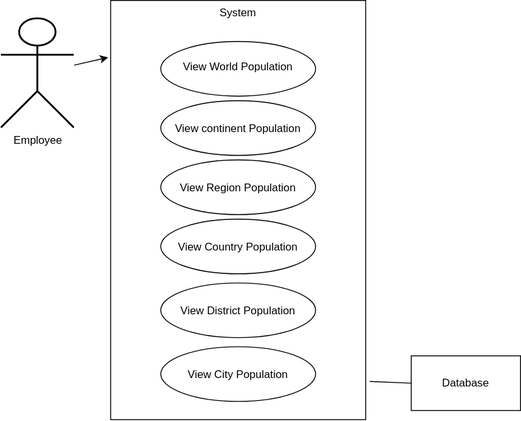
Above: Use Cases Diagrams.svg in 40781679FK/SEM-group-project (draw.io), before the change. Source tidied: cells renumbered, new cells last; positions are measured from the earlier drawing's top-left corner, leaving out a move shared by most shapes.
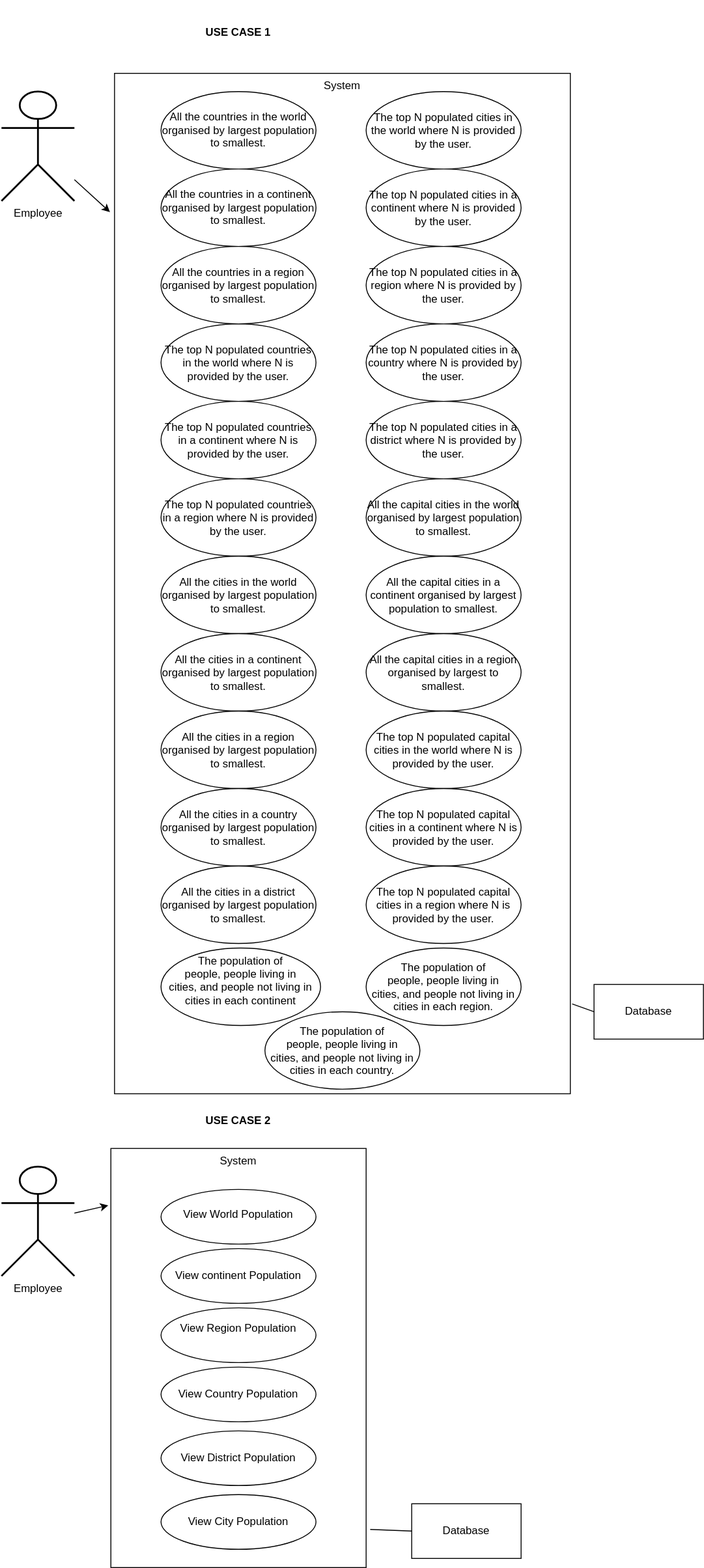
The same diagram one commit later.

Commit message:
Added Use Cases 1 and 2 to .svg file

Diff of the diagram source:
```diff
@@ -3,17 +3,35 @@
     <mxCell id="0" />
     <mxCell id="1" parent="0" />
     <mxCell id="2" value="Employee&lt;div&gt;&lt;br/&gt;&lt;/div&gt;" style="shape=umlActor;verticalLabelPosition=bottom;verticalAlign=top;html=1;outlineConnect=0;shadow=0;strokeWidth=2;strokeColor=default;" parent="1" vertex="1">
-      <mxGeometry y="20" width="80" height="120" as="geometry" />
+      <mxGeometry y="-1160" width="80" height="120" as="geometry" />
     </mxCell>
     <mxCell id="3" value="System" style="rounded=0;whiteSpace=wrap;html=1;verticalAlign=top;" parent="1" vertex="1">
-      <mxGeometry x="120" width="280" height="460" as="geometry" />
+      <mxGeometry x="124" y="-1180" width="500" height="1120" as="geometry" />
     </mxCell>
-    <mxCell id="4" value="&#10;View World Population&#10;&#10;" style="ellipse;whiteSpace=wrap;html=1;shapeInside=1;verticalAlign=top;labelBackgroundColor=none;" parent="1" vertex="1">
-      <mxGeometry x="175" y="45" width="170" height="60" as="geometry" />
+    <mxCell id="4" value="&lt;br&gt;All the countries in the world organised by largest population to smallest." style="ellipse;whiteSpace=wrap;html=1;shapeInside=1;verticalAlign=top;labelBackgroundColor=none;" parent="1" vertex="1">
+      <mxGeometry x="175" y="-1160" width="170" height="85" as="geometry" />
     </mxCell>
     <mxCell id="5" style="endArrow=classic;html=1;rounded=0;entryX=-0.01;entryY=0.136;entryDx=0;entryDy=0;entryPerimeter=0;" parent="1" edge="1" source="2" target="3">
       <mxGeometry relative="1" as="geometry" />
     </mxCell>
+    <mxCell id="11" value="Database" style="rounded=0;whiteSpace=wrap;html=1;" parent="1" vertex="1">
+      <mxGeometry x="650" y="-180" width="120" height="60" as="geometry" />
+    </mxCell>
+    <mxCell id="12" style="endArrow=none;html=1;rounded=0;entryX=0;entryY=0.5;entryDx=0;entryDy=0;exitX=1.004;exitY=0.912;exitDx=0;exitDy=0;exitPerimeter=0;" parent="1" edge="1" source="3" target="11">
+      <mxGeometry relative="1" as="geometry" />
+    </mxCell>
+    <mxCell id="13" value="Employee&lt;div&gt;&lt;br/&gt;&lt;/div&gt;" style="shape=umlActor;verticalLabelPosition=bottom;verticalAlign=top;html=1;outlineConnect=0;shadow=0;strokeWidth=2;strokeColor=default;" parent="1" vertex="1">
+      <mxGeometry y="20" width="80" height="120" as="geometry" />
+    </mxCell>
+    <mxCell id="14" value="System" style="rounded=0;whiteSpace=wrap;html=1;verticalAlign=top;" parent="1" vertex="1">
+      <mxGeometry x="120" width="280" height="460" as="geometry" />
+    </mxCell>
+    <mxCell id="15" value="&#10;View World Population&#10;&#10;" style="ellipse;whiteSpace=wrap;html=1;shapeInside=1;verticalAlign=top;labelBackgroundColor=none;" parent="1" vertex="1">
+      <mxGeometry x="175" y="45" width="170" height="60" as="geometry" />
+    </mxCell>
+    <mxCell id="16" style="endArrow=classic;html=1;rounded=0;entryX=-0.01;entryY=0.136;entryDx=0;entryDy=0;entryPerimeter=0;" parent="1" edge="1" source="13" target="14">
+      <mxGeometry relative="1" as="geometry" />
+    </mxCell>
     <mxCell id="6" value="&lt;div style=&quot;&quot;&gt;&lt;span style=&quot;text-decoration-line: inherit; background-color: transparent; color: light-dark(rgb(0, 0, 0), rgb(255, 255, 255));&quot;&gt;View continent Population&lt;/span&gt;&lt;/div&gt;" style="ellipse;whiteSpace=wrap;html=1;shapeInside=1;verticalAlign=middle;labelBackgroundColor=none;" parent="1" vertex="1">
       <mxGeometry x="175" y="110" width="170" height="60" as="geometry" />
     </mxCell>
@@ -29,11 +47,89 @@
     <mxCell id="10" value="View City Population" style="ellipse;whiteSpace=wrap;html=1;shapeInside=1;verticalAlign=middle;labelBackgroundColor=none;" parent="1" vertex="1">
       <mxGeometry x="175" y="380" width="170" height="60" as="geometry" />
     </mxCell>
-    <mxCell id="11" value="Database" style="rounded=0;whiteSpace=wrap;html=1;" parent="1" vertex="1">
-      <mxGeometry x="450" y="390" width="120" height="60" as="geometry" />
-    </mxCell>
-    <mxCell id="12" style="endArrow=none;html=1;rounded=0;entryX=0;entryY=0.5;entryDx=0;entryDy=0;exitX=1.016;exitY=0.909;exitDx=0;exitDy=0;exitPerimeter=0;" parent="1" edge="1" source="3" target="11">
-      <mxGeometry relative="1" as="geometry" />
-    </mxCell>
+    <mxCell id="17" value="Database" style="rounded=0;whiteSpace=wrap;html=1;" parent="1" vertex="1">
+      <mxGeometry x="450" y="390" width="120" height="60" as="geometry" />
+    </mxCell>
+    <mxCell id="18" style="endArrow=none;html=1;rounded=0;entryX=0;entryY=0.5;entryDx=0;entryDy=0;exitX=1.016;exitY=0.909;exitDx=0;exitDy=0;exitPerimeter=0;" parent="1" edge="1" source="14" target="17">
+      <mxGeometry relative="1" as="geometry" />
+    </mxCell>
+    <mxCell id="19" value="&lt;b&gt;USE CASE 1&lt;/b&gt;" style="text;html=1;strokeColor=none;fillColor=none;align=center;verticalAlign=middle;whiteSpace=wrap;rounded=0;" parent="1" vertex="1">
+      <mxGeometry x="195" y="-1260" width="130" height="70" as="geometry" />
+    </mxCell>
+    <mxCell id="20" value="&lt;b&gt;USE CASE 2&lt;/b&gt;" style="text;html=1;strokeColor=none;fillColor=none;align=center;verticalAlign=middle;whiteSpace=wrap;rounded=0;" parent="1" vertex="1">
+      <mxGeometry x="195" y="-65" width="130" height="70" as="geometry" />
+    </mxCell>
+    <mxCell id="21" value="&lt;br&gt;All the countries in a continent organised by largest population to smallest." style="ellipse;whiteSpace=wrap;html=1;shapeInside=1;verticalAlign=top;labelBackgroundColor=none;" parent="1" vertex="1">
+      <mxGeometry x="175" y="-1075" width="170" height="85" as="geometry" />
+    </mxCell>
+    <mxCell id="22" value="The top N populated countries in the world where N is provided by the user." style="ellipse;whiteSpace=wrap;html=1;shapeInside=1;verticalAlign=middle;labelBackgroundColor=none;" parent="1" vertex="1">
+      <mxGeometry x="175" y="-905" width="170" height="85" as="geometry" />
+    </mxCell>
+    <mxCell id="23" value="The top N populated countries in a continent where N is provided by the user." style="ellipse;whiteSpace=wrap;html=1;shapeInside=1;verticalAlign=middle;labelBackgroundColor=none;" parent="1" vertex="1">
+      <mxGeometry x="175" y="-820" width="170" height="85" as="geometry" />
+    </mxCell>
+    <mxCell id="24" value="The top N populated countries in a region where N is provided by the user." style="ellipse;whiteSpace=wrap;html=1;shapeInside=1;verticalAlign=middle;labelBackgroundColor=none;" parent="1" vertex="1">
+      <mxGeometry x="175" y="-735" width="170" height="85" as="geometry" />
+    </mxCell>
+    <mxCell id="25" value="All the cities in the world organised by largest population to smallest." style="ellipse;whiteSpace=wrap;html=1;shapeInside=1;verticalAlign=middle;labelBackgroundColor=none;" parent="1" vertex="1">
+      <mxGeometry x="175" y="-650" width="170" height="85" as="geometry" />
+    </mxCell>
+    <mxCell id="26" value="All the cities in a continent organised by largest population to smallest." style="ellipse;whiteSpace=wrap;html=1;shapeInside=1;verticalAlign=middle;labelBackgroundColor=none;" parent="1" vertex="1">
+      <mxGeometry x="175" y="-565" width="170" height="85" as="geometry" />
+    </mxCell>
+    <mxCell id="27" value="All the cities in a region organised by largest population to smallest." style="ellipse;whiteSpace=wrap;html=1;shapeInside=1;verticalAlign=middle;labelBackgroundColor=none;" parent="1" vertex="1">
+      <mxGeometry x="175" y="-480" width="170" height="85" as="geometry" />
+    </mxCell>
+    <mxCell id="28" value="All the cities in a country organised by largest population to smallest." style="ellipse;whiteSpace=wrap;html=1;shapeInside=1;verticalAlign=middle;labelBackgroundColor=none;" parent="1" vertex="1">
+      <mxGeometry x="175" y="-395" width="170" height="85" as="geometry" />
+    </mxCell>
+    <mxCell id="29" value="All the cities in a district organised by largest population to smallest." style="ellipse;whiteSpace=wrap;html=1;shapeInside=1;verticalAlign=middle;labelBackgroundColor=none;" parent="1" vertex="1">
+      <mxGeometry x="175" y="-310" width="170" height="85" as="geometry" />
+    </mxCell>
+    <mxCell id="30" value="The population of people, people living in cities, and people not living in cities in each country." style="ellipse;whiteSpace=wrap;shapeInside=1;verticalAlign=middle;labelBackgroundColor=none;" parent="1" vertex="1">
+      <mxGeometry x="289" y="-150" width="170" height="85" as="geometry" />
+    </mxCell>
+    <mxCell id="31" value="The top N populated cities in the world where N is provided by the user." style="ellipse;whiteSpace=wrap;html=1;shapeInside=1;verticalAlign=middle;labelBackgroundColor=none;" parent="1" vertex="1">
+      <mxGeometry x="400" y="-1160" width="170" height="85" as="geometry" />
+    </mxCell>
+    <mxCell id="32" value="The top N populated cities in a continent where N is provided by the user." style="ellipse;whiteSpace=wrap;html=1;shapeInside=1;verticalAlign=middle;labelBackgroundColor=none;" parent="1" vertex="1">
+      <mxGeometry x="400" y="-1075" width="170" height="85" as="geometry" />
+    </mxCell>
+    <mxCell id="33" value="The top N populated cities in a region where N is provided by the user." style="ellipse;whiteSpace=wrap;html=1;shapeInside=1;verticalAlign=middle;labelBackgroundColor=none;" parent="1" vertex="1">
+      <mxGeometry x="400" y="-990" width="170" height="85" as="geometry" />
+    </mxCell>
+    <mxCell id="34" value="The top N populated cities in a country where N is provided by the user." style="ellipse;whiteSpace=wrap;html=1;shapeInside=1;verticalAlign=middle;labelBackgroundColor=none;" parent="1" vertex="1">
+      <mxGeometry x="400" y="-905" width="170" height="85" as="geometry" />
+    </mxCell>
+    <mxCell id="35" value="The top N populated cities in a district where N is provided by the user." style="ellipse;whiteSpace=wrap;html=1;shapeInside=1;verticalAlign=middle;labelBackgroundColor=none;" parent="1" vertex="1">
+      <mxGeometry x="400" y="-820" width="170" height="85" as="geometry" />
+    </mxCell>
+    <mxCell id="36" value="All the capital cities in the world organised by largest population to smallest." style="ellipse;whiteSpace=wrap;html=1;shapeInside=1;verticalAlign=middle;labelBackgroundColor=none;" parent="1" vertex="1">
+      <mxGeometry x="400" y="-735" width="170" height="85" as="geometry" />
+    </mxCell>
+    <mxCell id="37" value="All the capital cities in a continent organised by largest population to smallest." style="ellipse;whiteSpace=wrap;html=1;shapeInside=1;verticalAlign=middle;labelBackgroundColor=none;" parent="1" vertex="1">
+      <mxGeometry x="400" y="-650" width="170" height="85" as="geometry" />
+    </mxCell>
+    <mxCell id="38" value="All the capital cities in a region organised by largest to smallest." style="ellipse;whiteSpace=wrap;html=1;shapeInside=1;verticalAlign=middle;labelBackgroundColor=none;" parent="1" vertex="1">
+      <mxGeometry x="400" y="-565" width="170" height="85" as="geometry" />
+    </mxCell>
+    <mxCell id="39" value="The top N populated capital cities in the world where N is provided by the user." style="ellipse;whiteSpace=wrap;html=1;shapeInside=1;verticalAlign=middle;labelBackgroundColor=none;" parent="1" vertex="1">
+      <mxGeometry x="400" y="-480" width="170" height="85" as="geometry" />
+    </mxCell>
+    <mxCell id="40" value="The top N populated capital cities in a continent where N is provided by the user." style="ellipse;whiteSpace=wrap;html=1;shapeInside=1;verticalAlign=middle;labelBackgroundColor=none;" parent="1" vertex="1">
+      <mxGeometry x="400" y="-395" width="170" height="85" as="geometry" />
+    </mxCell>
+    <mxCell id="41" value="The top N populated capital cities in a region where N is provided by the user." style="ellipse;whiteSpace=wrap;html=1;shapeInside=1;verticalAlign=middle;labelBackgroundColor=none;" parent="1" vertex="1">
+      <mxGeometry x="400" y="-310" width="170" height="85" as="geometry" />
+    </mxCell>
+    <mxCell id="42" value="All the countries in a region organised by largest population to smallest.&lt;div&gt;&lt;/div&gt;" style="ellipse;whiteSpace=wrap;html=1;shapeInside=1;verticalAlign=middle;labelBackgroundColor=none;" parent="1" vertex="1">
+      <mxGeometry x="175" y="-990" width="170" height="85" as="geometry" />
+    </mxCell>
+    <mxCell id="43" value="The population of people, people living in cities, and people not living in cities in each continent&#10;" style="ellipse;whiteSpace=wrap;shapeInside=1;verticalAlign=middle;labelBackgroundColor=none;" parent="1" vertex="1">
+      <mxGeometry x="175" y="-220" width="175" height="85" as="geometry" />
+    </mxCell>
+    <mxCell id="44" value="The population of people, people living in cities, and people not living in cities in each region." style="ellipse;whiteSpace=wrap;shapeInside=1;verticalAlign=middle;labelBackgroundColor=none;" parent="1" vertex="1">
+      <mxGeometry x="400" y="-220" width="170" height="85" as="geometry" />
+    </mxCell>
   </root>
 </mxGraphModel>
```
